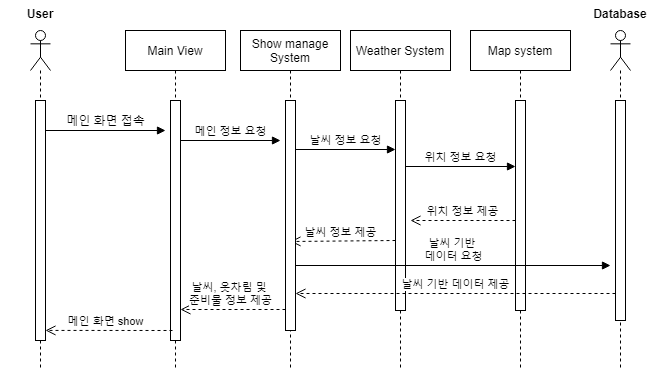
This is Untitled Diagram.png from kong430/Moning-diagram, a draw.io export, as it was before one commit. Source tidied: cells renumbered, new cells last; positions are measured from the earlier drawing's top-left corner, leaving out a move shared by most shapes.
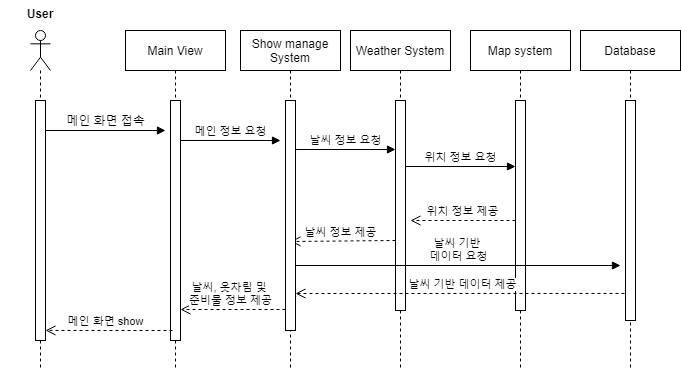
Later version of the same file.

The edit, as a diff of the source:
```diff
@@ -71,27 +71,17 @@
     <mxCell id="18" style="html=1;perimeter=orthogonalPerimeter;" parent="1" vertex="1">
       <mxGeometry x="285" y="100" width="10" height="230" as="geometry" />
     </mxCell>
-    <mxCell id="19" style="shape=umlLifeline;participant=umlActor;perimeter=lifelinePerimeter;whiteSpace=wrap;html=1;verticalAlign=top;spacingTop=36;" parent="1" vertex="1">
-      <mxGeometry x="610" y="30" width="20" height="340" as="geometry" />
-    </mxCell>
-    <mxCell id="20" style="html=1;points=[];perimeter=orthogonalPerimeter;direction=east;" parent="1" vertex="1">
-      <mxGeometry x="615" y="100" width="10" height="220" as="geometry" />
-    </mxCell>
     <mxCell id="21" value="User" style="text;align=center;fontStyle=1;verticalAlign=middle;spacingLeft=3;spacingRight=3;strokeColor=none;" parent="1" vertex="1">
       <mxGeometry width="80" height="26" as="geometry" />
     </mxCell>
-    <mxCell id="22" value="Database" style="text;align=center;fontStyle=1;verticalAlign=middle;spacingLeft=3;spacingRight=3;strokeColor=none;" parent="1" vertex="1">
-      <mxGeometry x="580" width="80" height="26" as="geometry" />
-    </mxCell>
     <mxCell id="23" value="날씨 기반 &lt;br&gt;데이터 요청" style="html=1;verticalAlign=bottom;endArrow=block;" parent="1" edge="1">
       <mxGeometry relative="1" as="geometry">
         <mxPoint x="295" y="265" as="sourcePoint" />
-        <mxPoint x="610" y="265" as="targetPoint" />
+        <mxPoint x="620" y="265" as="targetPoint" />
       </mxGeometry>
     </mxCell>
-    <mxCell id="24" value="날씨 기반 데이터 제공" style="html=1;verticalAlign=bottom;endArrow=open;dashed=1;endSize=8;" parent="1" edge="1">
+    <mxCell id="24" value="날씨 기반 데이터 제공" style="html=1;verticalAlign=bottom;endArrow=open;dashed=1;endSize=8;exitX=0.5;exitY=0.877;exitDx=0;exitDy=0;exitPerimeter=0;" parent="1" edge="1" source="20">
       <mxGeometry relative="1" as="geometry">
-        <mxPoint x="615" y="293" as="sourcePoint" />
         <mxPoint x="295" y="293" as="targetPoint" />
       </mxGeometry>
     </mxCell>
@@ -106,5 +96,11 @@
         <mxPoint x="280" y="140" as="targetPoint" />
       </mxGeometry>
     </mxCell>
+    <mxCell id="22" value="Database" style="shape=umlLifeline;perimeter=lifelinePerimeter;whiteSpace=wrap;html=1;" parent="1" vertex="1">
+      <mxGeometry x="580" y="30" width="100" height="340" as="geometry" />
+    </mxCell>
+    <mxCell id="20" style="html=1;points=[];perimeter=orthogonalPerimeter;direction=east;" parent="22" vertex="1">
+      <mxGeometry x="45" y="70" width="10" height="220" as="geometry" />
+    </mxCell>
   </root>
 </mxGraphModel>
```
